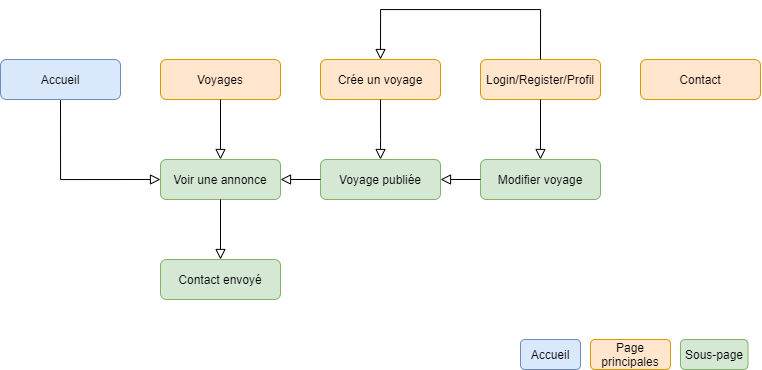
Before: Documentation/Maquette.png, a diagram exported from draw.io (keanutrosset/HotelplanEnMieux). Source tidied: cells renumbered, new cells last; positions are measured from the earlier drawing's top-left corner, leaving out a move shared by most shapes.
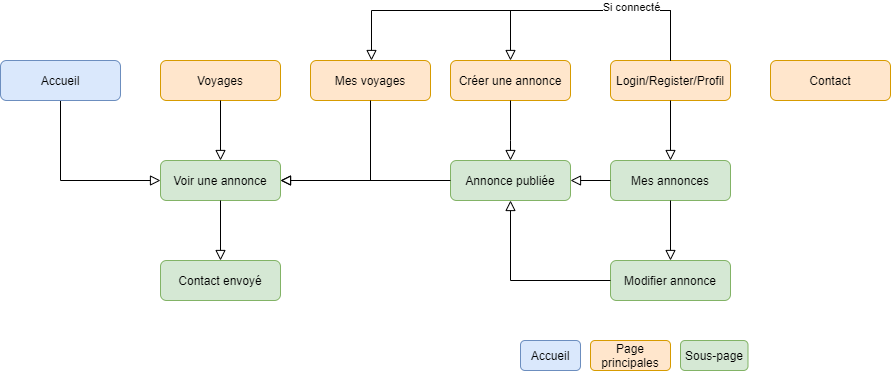
Above is the later version.

Commit message:
Revision of the mld-mcd + maquette

What changed in the source:
```diff
@@ -11,23 +11,23 @@
     <mxCell id="4" value="Voir une annonce" style="rounded=1;whiteSpace=wrap;html=1;fontSize=12;glass=0;strokeWidth=1;shadow=0;fillColor=#d5e8d4;strokeColor=#82b366;" parent="1" vertex="1">
       <mxGeometry x="160" y="150" width="120" height="40" as="geometry" />
     </mxCell>
-    <mxCell id="5" value="Crée un voyage" style="rounded=1;whiteSpace=wrap;html=1;fontSize=12;glass=0;strokeWidth=1;shadow=0;fillColor=#ffe6cc;strokeColor=#d79b00;" parent="1" vertex="1">
-      <mxGeometry x="320" y="50" width="120" height="40" as="geometry" />
+    <mxCell id="5" value="Créer une annonce" style="rounded=1;whiteSpace=wrap;html=1;fontSize=12;glass=0;strokeWidth=1;shadow=0;fillColor=#ffe6cc;strokeColor=#d79b00;" parent="1" vertex="1">
+      <mxGeometry x="450" y="50" width="120" height="40" as="geometry" />
     </mxCell>
     <mxCell id="6" value="Voyages" style="rounded=1;whiteSpace=wrap;html=1;fontSize=12;glass=0;strokeWidth=1;shadow=0;fillColor=#ffe6cc;strokeColor=#d79b00;" parent="1" vertex="1">
       <mxGeometry x="160" y="50" width="120" height="40" as="geometry" />
     </mxCell>
     <mxCell id="7" value="Login/Register/Profil" style="rounded=1;whiteSpace=wrap;html=1;fontSize=12;glass=0;strokeWidth=1;shadow=0;fillColor=#ffe6cc;strokeColor=#d79b00;" parent="1" vertex="1">
-      <mxGeometry x="480" y="50" width="120" height="40" as="geometry" />
+      <mxGeometry x="610" y="50" width="120" height="40" as="geometry" />
     </mxCell>
     <mxCell id="8" value="Contact" style="rounded=1;whiteSpace=wrap;html=1;fontSize=12;glass=0;strokeWidth=1;shadow=0;fillColor=#ffe6cc;strokeColor=#d79b00;" parent="1" vertex="1">
-      <mxGeometry x="640" y="50" width="120" height="40" as="geometry" />
+      <mxGeometry x="770" y="50" width="120" height="40" as="geometry" />
     </mxCell>
-    <mxCell id="9" value="Voyage publiée" style="rounded=1;whiteSpace=wrap;html=1;fontSize=12;glass=0;strokeWidth=1;shadow=0;fillColor=#d5e8d4;strokeColor=#82b366;" parent="1" vertex="1">
-      <mxGeometry x="320" y="150" width="120" height="40" as="geometry" />
+    <mxCell id="9" value="Annonce publiée" style="rounded=1;whiteSpace=wrap;html=1;fontSize=12;glass=0;strokeWidth=1;shadow=0;fillColor=#d5e8d4;strokeColor=#82b366;" parent="1" vertex="1">
+      <mxGeometry x="450" y="150" width="120" height="40" as="geometry" />
     </mxCell>
-    <mxCell id="10" value="Modifier voyage" style="rounded=1;whiteSpace=wrap;html=1;fontSize=12;glass=0;strokeWidth=1;shadow=0;fillColor=#d5e8d4;strokeColor=#82b366;" parent="1" vertex="1">
-      <mxGeometry x="480" y="150" width="120" height="40" as="geometry" />
+    <mxCell id="10" value="Mes annonces" style="rounded=1;whiteSpace=wrap;html=1;fontSize=12;glass=0;strokeWidth=1;shadow=0;fillColor=#d5e8d4;strokeColor=#82b366;" parent="1" vertex="1">
+      <mxGeometry x="610" y="150" width="120" height="40" as="geometry" />
     </mxCell>
     <mxCell id="11" style="rounded=0;html=1;jettySize=auto;fontSize=11;endArrow=block;endFill=0;endSize=8;strokeWidth=1;shadow=0;labelBackgroundColor=none;edgeStyle=orthogonalEdgeStyle;entryX=0.5;entryY=0;entryDx=0;entryDy=0;exitX=0.5;exitY=1;exitDx=0;exitDy=0;" parent="1" edge="1" source="6" target="4">
       <mxGeometry relative="1" as="geometry" />
@@ -35,8 +35,8 @@
     <mxCell id="12" style="rounded=0;html=1;jettySize=auto;fontSize=11;endArrow=block;endFill=0;endSize=8;strokeWidth=1;shadow=0;labelBackgroundColor=none;edgeStyle=orthogonalEdgeStyle;exitX=0.5;exitY=1;exitDx=0;exitDy=0;entryX=0.5;entryY=0;entryDx=0;entryDy=0;" parent="1" edge="1" source="5" target="9">
       <mxGeometry relative="1" as="geometry">
         <Array as="points">
-          <mxPoint x="380" y="130" />
-          <mxPoint x="380" y="130" />
+          <mxPoint x="510" y="130" />
+          <mxPoint x="510" y="130" />
         </Array>
       </mxGeometry>
     </mxCell>
@@ -46,8 +46,8 @@
     <mxCell id="14" style="rounded=0;html=1;jettySize=auto;fontSize=11;endArrow=block;endFill=0;endSize=8;strokeWidth=1;shadow=0;labelBackgroundColor=none;edgeStyle=orthogonalEdgeStyle;entryX=0.5;entryY=0;entryDx=0;entryDy=0;exitX=0.5;exitY=0;exitDx=0;exitDy=0;" parent="1" edge="1" source="7" target="5">
       <mxGeometry relative="1" as="geometry">
         <Array as="points">
-          <mxPoint x="540" />
-          <mxPoint x="380" />
+          <mxPoint x="670" />
+          <mxPoint x="510" />
         </Array>
       </mxGeometry>
     </mxCell>
@@ -72,5 +72,32 @@
     <mxCell id="21" style="rounded=0;html=1;jettySize=auto;fontSize=11;endArrow=block;endFill=0;endSize=8;strokeWidth=1;shadow=0;labelBackgroundColor=none;edgeStyle=orthogonalEdgeStyle;entryX=0.5;entryY=0;entryDx=0;entryDy=0;exitX=0.5;exitY=1;exitDx=0;exitDy=0;" parent="1" edge="1" source="4" target="20">
       <mxGeometry relative="1" as="geometry" />
     </mxCell>
+    <mxCell id="22" value="Modifier annonce" style="rounded=1;whiteSpace=wrap;html=1;fontSize=12;glass=0;strokeWidth=1;shadow=0;fillColor=#d5e8d4;strokeColor=#82b366;" parent="1" vertex="1">
+      <mxGeometry x="610" y="250" width="120" height="40" as="geometry" />
+    </mxCell>
+    <mxCell id="23" value="Mes voyages" style="rounded=1;whiteSpace=wrap;html=1;fontSize=12;glass=0;strokeWidth=1;shadow=0;fillColor=#ffe6cc;strokeColor=#d79b00;" parent="1" vertex="1">
+      <mxGeometry x="310" y="50" width="120" height="40" as="geometry" />
+    </mxCell>
+    <mxCell id="24" style="rounded=0;html=1;jettySize=auto;fontSize=11;endArrow=block;endFill=0;endSize=8;strokeWidth=1;shadow=0;labelBackgroundColor=none;edgeStyle=orthogonalEdgeStyle;exitX=0.5;exitY=1;exitDx=0;exitDy=0;entryX=1;entryY=0.5;entryDx=0;entryDy=0;" parent="1" edge="1" source="23" target="4">
+      <mxGeometry relative="1" as="geometry" />
+    </mxCell>
+    <mxCell id="25" style="rounded=0;html=1;jettySize=auto;fontSize=11;endArrow=block;endFill=0;endSize=8;strokeWidth=1;shadow=0;labelBackgroundColor=none;edgeStyle=orthogonalEdgeStyle;entryX=0.5;entryY=0;entryDx=0;entryDy=0;exitX=0.5;exitY=1;exitDx=0;exitDy=0;" parent="1" edge="1" source="10" target="22">
+      <mxGeometry relative="1" as="geometry" />
+    </mxCell>
+    <mxCell id="26" style="rounded=0;html=1;jettySize=auto;fontSize=11;endArrow=block;endFill=0;endSize=8;strokeWidth=1;shadow=0;labelBackgroundColor=none;edgeStyle=orthogonalEdgeStyle;exitX=0;exitY=0.5;exitDx=0;exitDy=0;entryX=0.5;entryY=1;entryDx=0;entryDy=0;fontStyle=1;" parent="1" edge="1" source="22" target="9">
+      <mxGeometry relative="1" as="geometry" />
+    </mxCell>
+    <mxCell id="27" style="rounded=0;html=1;jettySize=auto;fontSize=11;endArrow=block;endFill=0;endSize=8;strokeWidth=1;shadow=0;labelBackgroundColor=none;edgeStyle=orthogonalEdgeStyle;entryX=0.5;entryY=0;entryDx=0;entryDy=0;exitX=0.5;exitY=0;exitDx=0;exitDy=0;" parent="1" edge="1" source="7">
+      <mxGeometry relative="1" as="geometry">
+        <mxPoint x="371" y="50" as="targetPoint" />
+        <Array as="points">
+          <mxPoint x="670" />
+          <mxPoint x="371" />
+        </Array>
+      </mxGeometry>
+    </mxCell>
+    <mxCell id="28" value="Si connecté" style="edgeLabel;html=1;align=center;verticalAlign=middle;" parent="27" vertex="1">
+      <mxGeometry x="-0.55" y="-4" relative="1" as="geometry" />
+    </mxCell>
   </root>
 </mxGraphModel>
```
